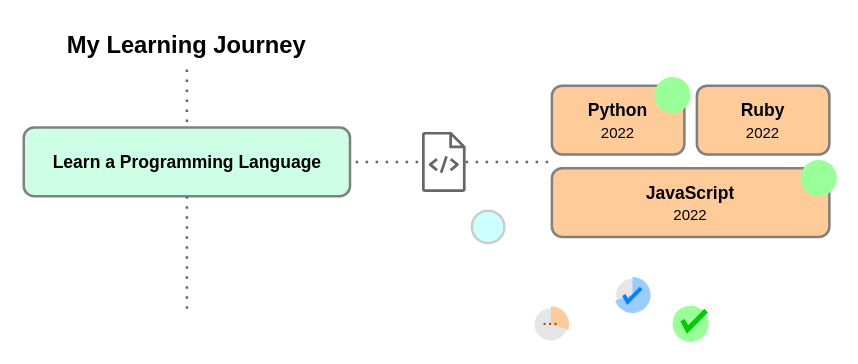
Before: MyLearning.drawio in abdulrm94/my-learning, a draw.io diagram. Source tidied: cells renumbered, new cells numbered last; positions are measured from the earlier drawing's top-left corner, leaving out a move shared by most shapes. Both pictures are drawn from the tidied source at 125%, with x=0, y=0 at pixel (21, 21).
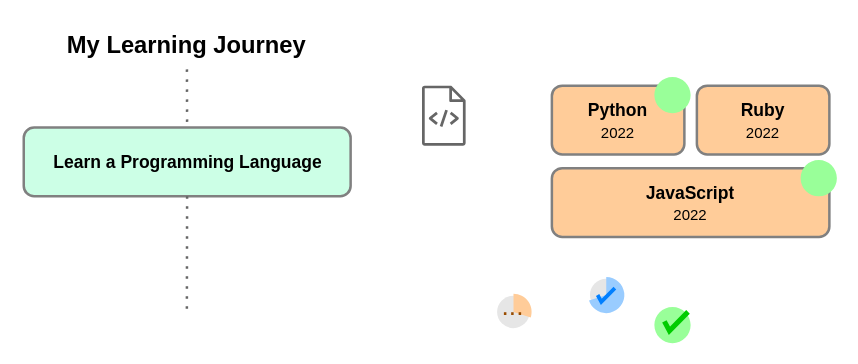
The same diagram, later.

The edit, as a diff of the source:
```diff
@@
-    <mxCell id="2" value="Learn a Programming&amp;nbsp;Language" style="text;strokeColor=#808080;fillColor=#CCFFE6;align=center;verticalAlign=middle;spacingLeft=0;spacingRight=0;overflow=hidden;points=[[0,0.5],[1,0.5]];portConstraint=eastwest;whiteSpace=wrap;html=1;spacing=0;fontStyle=1;strokeWidth=2;rounded=1;fontSize=14;" parent="1" vertex="1">
-      <mxGeometry x="1.5" y="84.5" width="261" height="55" as="geometry" />
+    <mxCell id="2" value="Learn a Programming&amp;nbsp;Language" style="text;strokeColor=#808080;fillColor=#CCFFE6;align=center;verticalAlign=middle;spacingLeft=0;spacingRight=0;overflow=hidden;points=[[0,0.5],[1,0.5]];portConstraint=eastwest;whiteSpace=wrap;html=1;spacing=0;fontStyle=1;strokeWidth=2;rounded=1;fontSize=14;comic=0;" parent="1" vertex="1" collapsed="1">
+      <mxGeometry x="1.5" y="84.5" width="261.5" height="55" as="geometry" />
     </mxCell>
@@
-    <mxCell id="5" value="JavaScript&lt;br&gt;&lt;font style=&quot;font-size: 12px; font-weight: normal;&quot;&gt;2022&lt;/font&gt;" style="text;strokeColor=#808080;fillColor=#FFCC99;align=center;verticalAlign=middle;spacingLeft=0;spacingRight=0;overflow=hidden;whiteSpace=wrap;html=1;spacing=0;fontStyle=1;strokeWidth=2;rounded=1;fontSize=14;" parent="1" vertex="1">
+    <mxCell id="5" value="JavaScript&lt;br&gt;&lt;font style=&quot;font-size: 12px; font-weight: normal;&quot;&gt;2022&lt;/font&gt;" style="text;strokeColor=#808080;fillColor=#FFCC99;align=center;verticalAlign=middle;spacingLeft=0;spacingRight=0;overflow=hidden;whiteSpace=wrap;html=1;spacing=0;fontStyle=1;strokeWidth=2;rounded=1;fontSize=14;noLabel=0;movableLabel=1;enumerate=0;" parent="1" vertex="1">
       <mxGeometry x="424" y="117" width="222" height="55" as="geometry" />
     </mxCell>
-    <mxCell id="6" style="endArrow=none;dashed=1;html=1;dashPattern=1 3;strokeWidth=2;rounded=0;strokeColor=#666666;" parent="1" edge="1" source="8">
-      <mxGeometry relative="1" as="geometry">
-        <mxPoint x="422" y="112" as="targetPoint" />
-      </mxGeometry>
-    </mxCell>
-    <mxCell id="7" style="endArrow=none;dashed=1;html=1;dashPattern=1 3;strokeWidth=2;rounded=0;strokeColor=#666666;" parent="1" edge="1" target="8">
-      <mxGeometry relative="1" as="geometry">
-        <mxPoint x="267" y="112" as="sourcePoint" />
-      </mxGeometry>
-    </mxCell>
     <mxCell id="8" style="sketch=0;outlineConnect=0;fontColor=#232F3E;gradientColor=none;fillColor=#666666;strokeColor=none;dashed=0;verticalLabelPosition=bottom;verticalAlign=top;align=center;html=1;fontSize=12;fontStyle=0;shape=mxgraph.aws4.source_code;" parent="1" vertex="1">
-      <mxGeometry x="320" y="88" width="35.1" height="48" as="geometry" />
+      <mxGeometry x="320" y="51" width="35.1" height="48" as="geometry" />
     </mxCell>
@@
-    <mxCell id="14" style="group;" parent="1" vertex="1">
-      <mxGeometry x="360" y="151" width="26" height="26" as="geometry" />
-    </mxCell>
-    <mxCell id="15" style="ellipse;whiteSpace=wrap;html=1;strokeColor=#CCCCCC;fillColor=#CCFFFF;strokeWidth=2;" parent="14" vertex="1">
-      <mxGeometry width="26" height="26" as="geometry" />
-    </mxCell>
     <mxCell id="16" style="group;" parent="1" vertex="1">
-      <mxGeometry x="474" y="204" width="29" height="29" as="geometry" />
+      <mxGeometry x="453" y="204" width="29" height="29" as="geometry" />
     </mxCell>
@@
     <mxCell id="20" style="group;" parent="1" vertex="1">
-      <mxGeometry x="401" y="227" width="44.5" height="30" as="geometry" />
+      <mxGeometry x="371" y="217" width="109.5" height="34" as="geometry" />
     </mxCell>
@@
-    <mxCell id="23" value="..." style="text;html=1;strokeColor=none;fillColor=none;align=center;verticalAlign=middle;whiteSpace=wrap;rounded=0;horizontal=1;labelPosition=center;verticalLabelPosition=middle;spacing=-3;spacingTop=-8;fontColor=#994C00;fontSize=16;" parent="20" vertex="1">
+    <mxCell id="23" value="&lt;font style=&quot;font-size: 21px;&quot;&gt;...&lt;/font&gt;" style="text;html=1;strokeColor=none;fillColor=none;align=center;verticalAlign=middle;whiteSpace=wrap;rounded=0;horizontal=1;labelPosition=center;verticalLabelPosition=middle;spacing=-3;spacingTop=-8;fontColor=#994C00;fontSize=16;" parent="20" vertex="1">
       <mxGeometry x="14.2" y="12.5" width="16" height="3" as="geometry" />
     </mxCell>
     <mxCell id="24" style="group;" parent="1" vertex="1">
-      <mxGeometry x="520.5" y="227" width="29" height="29" as="geometry" />
+      <mxGeometry x="506" y="228" width="29" height="29" as="geometry" />
     </mxCell>
```
